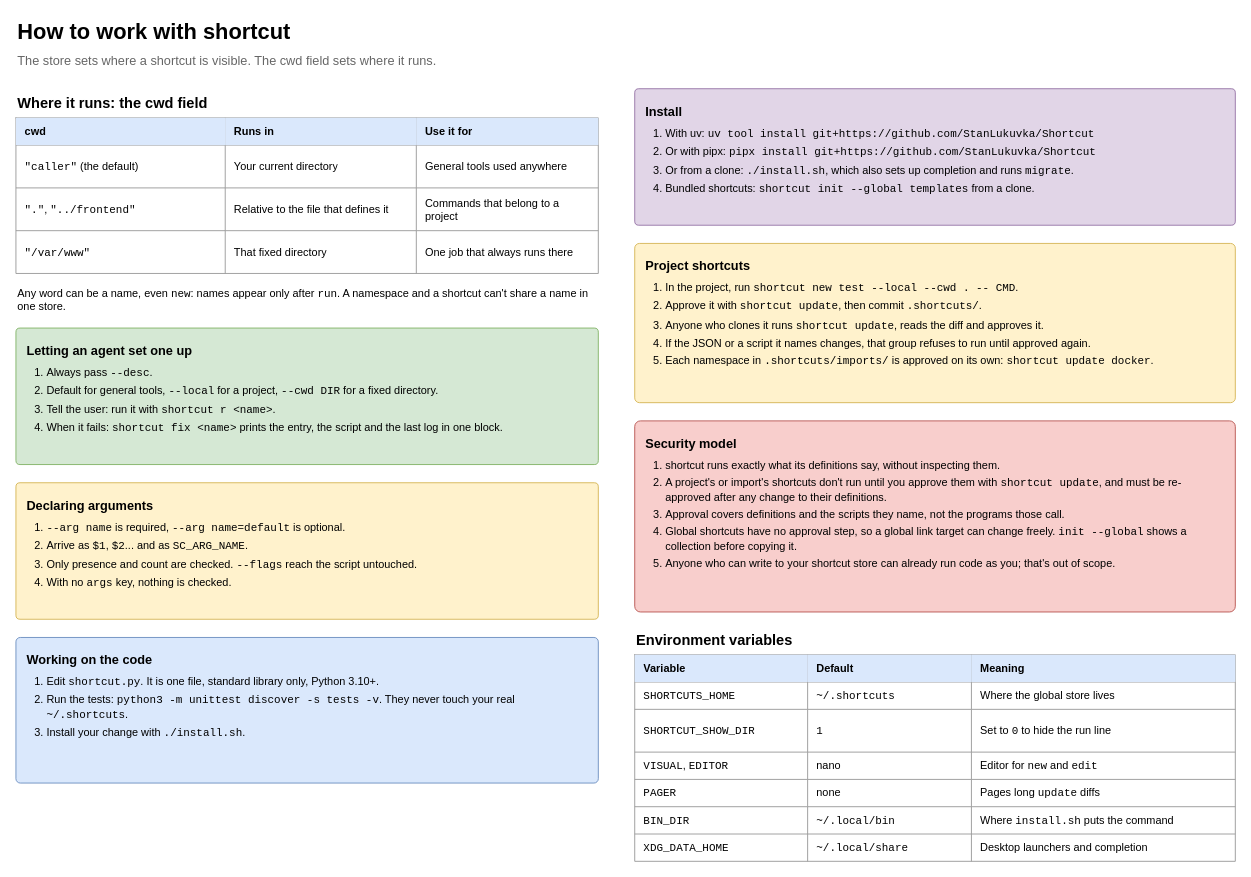
Earlier version of the draw.io diagram page "3 Working with it" (3 of 5) of docs/shortcut-overview.drawio (StanLukuvka/Shortcut). Source tidied: cells renumbered, new cells numbered last; positions are measured from the earlier drawing's top-left corner, leaving out a move shared by most shapes. Both pictures are drawn from the tidied source at 91%, with x=0, y=0 at pixel (15, 15).
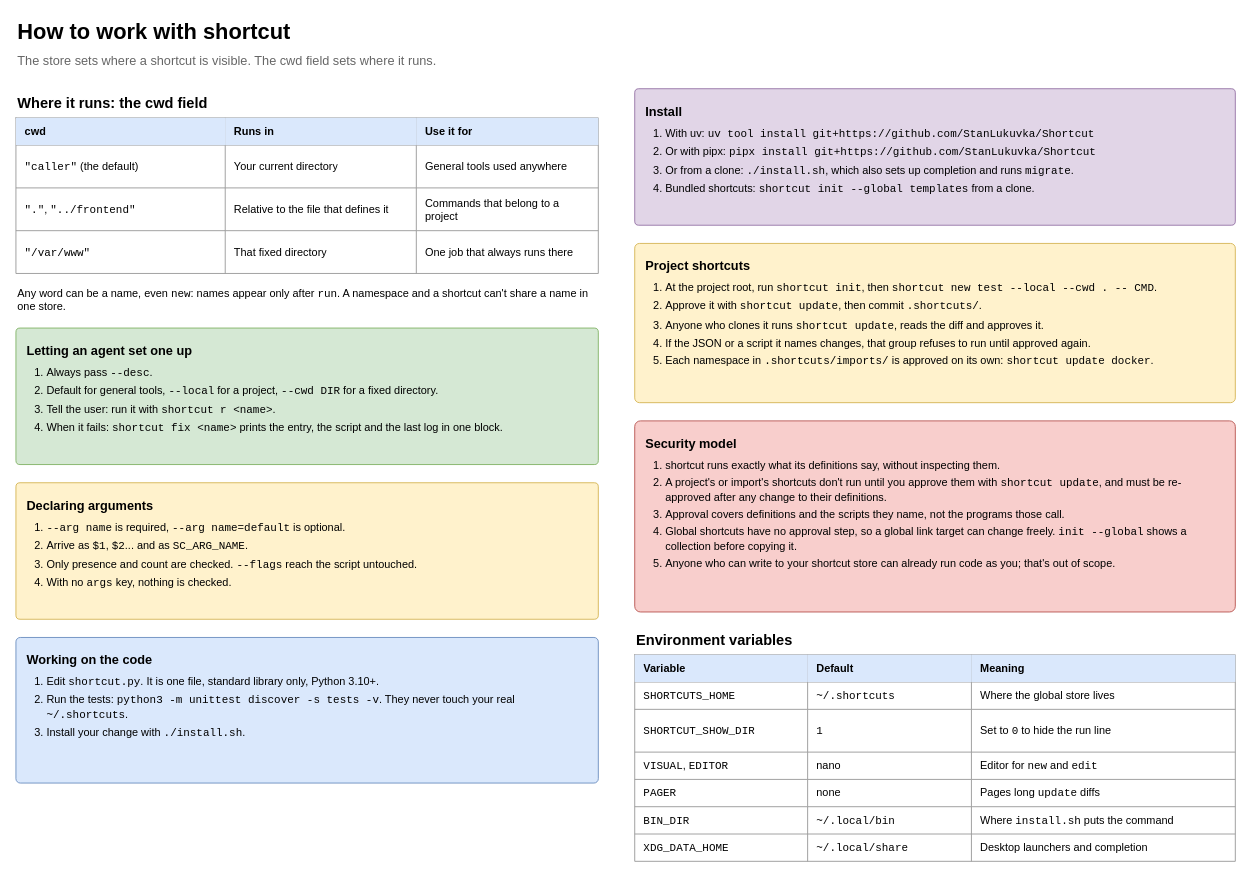
Above is the later version.

Commit message (it also covers changes not shown here):
Make --local use only the store in the current directory

Change to the diagram source:
```diff
@@
-    <mxCell id="24" value="&lt;b style='font-size:14px'&gt;Project shortcuts&lt;/b&gt;&lt;ol style='margin:8px 0 0 0;padding-left:22px'&gt;&lt;li style='margin-bottom:5px'&gt;In the project, run &lt;font face=&quot;monospace&quot;&gt;shortcut new test --local --cwd . -- CMD&lt;/font&gt;.&lt;/li&gt;&lt;li style='margin-bottom:5px'&gt;Approve it with &lt;font face=&quot;monospace&quot;&gt;shortcut update&lt;/font&gt;, then commit &lt;font face=&quot;monospace&quot;&gt;.shortcuts/&lt;/font&gt;.&lt;/li&gt;&lt;li style='margin-bottom:5px'&gt;Anyone who clones it runs &lt;font face=&quot;monospace&quot;&gt;shortcut update&lt;/font&gt;, reads the diff and approves it.&lt;/li&gt;&lt;li style='margin-bottom:5px'&gt;If the JSON or a script it names changes, that group refuses to run until approved again.&lt;/li&gt;&lt;li style='margin-bottom:5px'&gt;Each namespace in &lt;font face=&quot;monospace&quot;&gt;.shortcuts/imports/&lt;/font&gt; is approved on its own: &lt;font face=&quot;monospace&quot;&gt;shortcut update docker&lt;/font&gt;.&lt;/li&gt;&lt;/ol&gt;" style="rounded=1;whiteSpace=wrap;html=1;arcSize=3;fillColor=#fff2cc;strokeColor=#d6b656;fontSize=12;align=left;verticalAlign=top;spacing=12;" parent="1" vertex="1">
+    <mxCell id="24" value="&lt;b style='font-size:14px'&gt;Project shortcuts&lt;/b&gt;&lt;ol style='margin:8px 0 0 0;padding-left:22px'&gt;&lt;li style='margin-bottom:5px'&gt;At the project root, run &lt;font face=&quot;monospace&quot;&gt;shortcut init&lt;/font&gt;, then &lt;font face=&quot;monospace&quot;&gt;shortcut new test --local --cwd . -- CMD&lt;/font&gt;.&lt;/li&gt;&lt;li style='margin-bottom:5px'&gt;Approve it with &lt;font face=&quot;monospace&quot;&gt;shortcut update&lt;/font&gt;, then commit &lt;font face=&quot;monospace&quot;&gt;.shortcuts/&lt;/font&gt;.&lt;/li&gt;&lt;li style='margin-bottom:5px'&gt;Anyone who clones it runs &lt;font face=&quot;monospace&quot;&gt;shortcut update&lt;/font&gt;, reads the diff and approves it.&lt;/li&gt;&lt;li style='margin-bottom:5px'&gt;If the JSON or a script it names changes, that group refuses to run until approved again.&lt;/li&gt;&lt;li style='margin-bottom:5px'&gt;Each namespace in &lt;font face=&quot;monospace&quot;&gt;.shortcuts/imports/&lt;/font&gt; is approved on its own: &lt;font face=&quot;monospace&quot;&gt;shortcut update docker&lt;/font&gt;.&lt;/li&gt;&lt;/ol&gt;" style="rounded=1;whiteSpace=wrap;html=1;arcSize=3;fillColor=#fff2cc;strokeColor=#d6b656;fontSize=12;align=left;verticalAlign=top;spacing=12;" parent="1" vertex="1">
       <mxGeometry x="680" y="250" width="660" height="175" as="geometry" />
     </mxCell>
```
